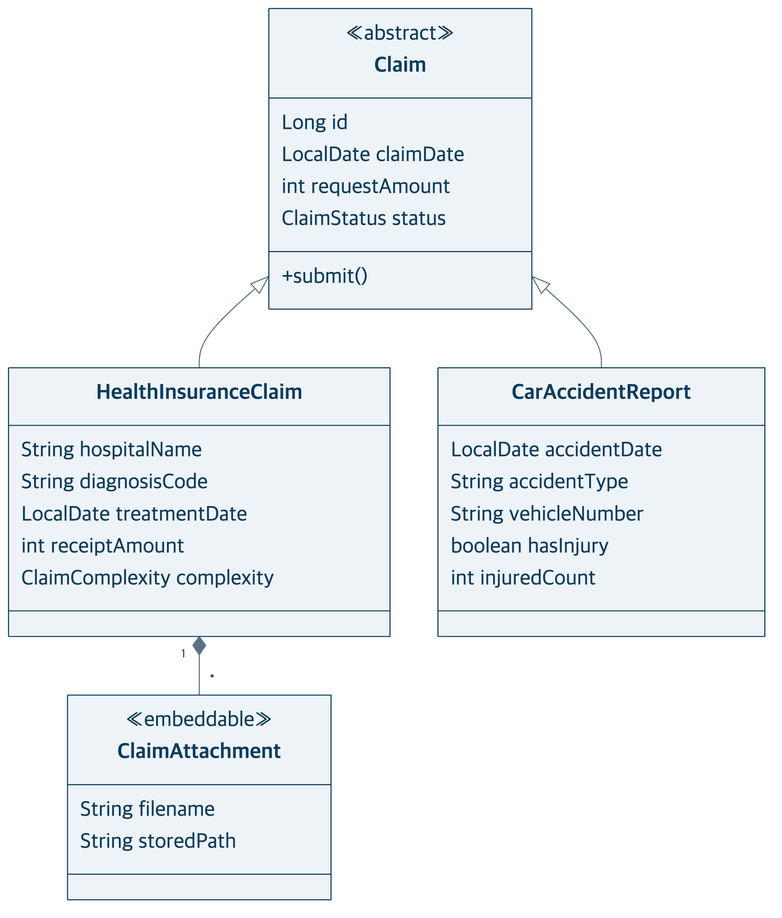
The Mermaid diagram docs/presentation/diagrams/clusters/claim-code.png in heyoonyoon/distributed-programming, before a commit. Its source is kept beside it as docs/presentation/diagrams/clusters/claim-code.mmd.
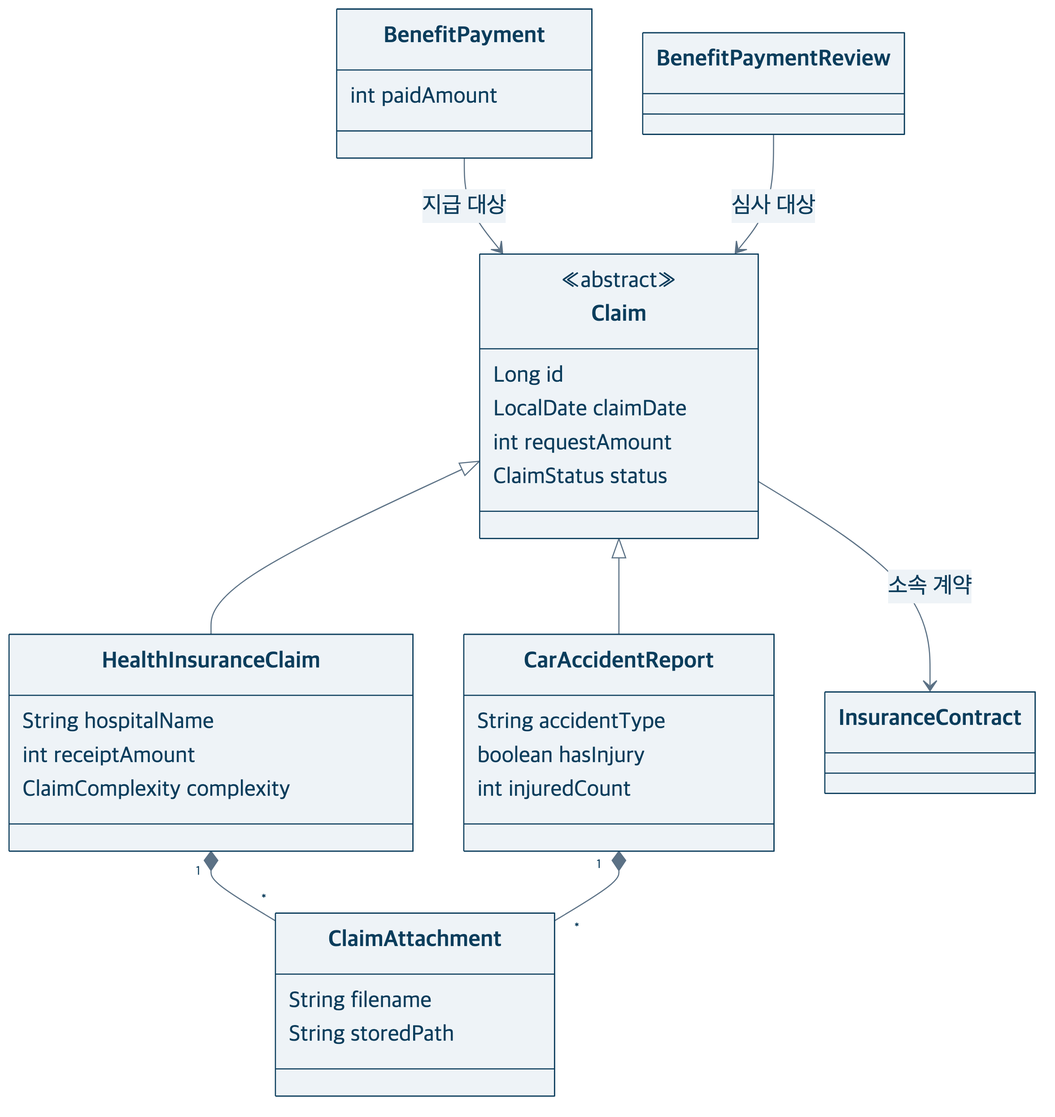
The same file after the commit.

Diff of the diagram source:
```diff
@@ -6,27 +6,30 @@
   LocalDate claimDate
   int requestAmount
   ClaimStatus status
-  +submit()
 }
 class HealthInsuranceClaim {
   String hospitalName
-  String diagnosisCode
-  LocalDate treatmentDate
   int receiptAmount
   ClaimComplexity complexity
 }
 class CarAccidentReport {
-  LocalDate accidentDate
   String accidentType
-  String vehicleNumber
   boolean hasInjury
   int injuredCount
 }
 class ClaimAttachment {
-  <<embeddable>>
   String filename
   String storedPath
 }
+class InsuranceContract
+class BenefitPayment {
+  int paidAmount
+}
+class BenefitPaymentReview
 Claim <|-- HealthInsuranceClaim
 Claim <|-- CarAccidentReport
+Claim --> InsuranceContract : 소속 계약
 HealthInsuranceClaim "1" *-- "*" ClaimAttachment
+CarAccidentReport "1" *-- "*" ClaimAttachment
+BenefitPayment --> Claim : 지급 대상
+BenefitPaymentReview --> Claim : 심사 대상
```
